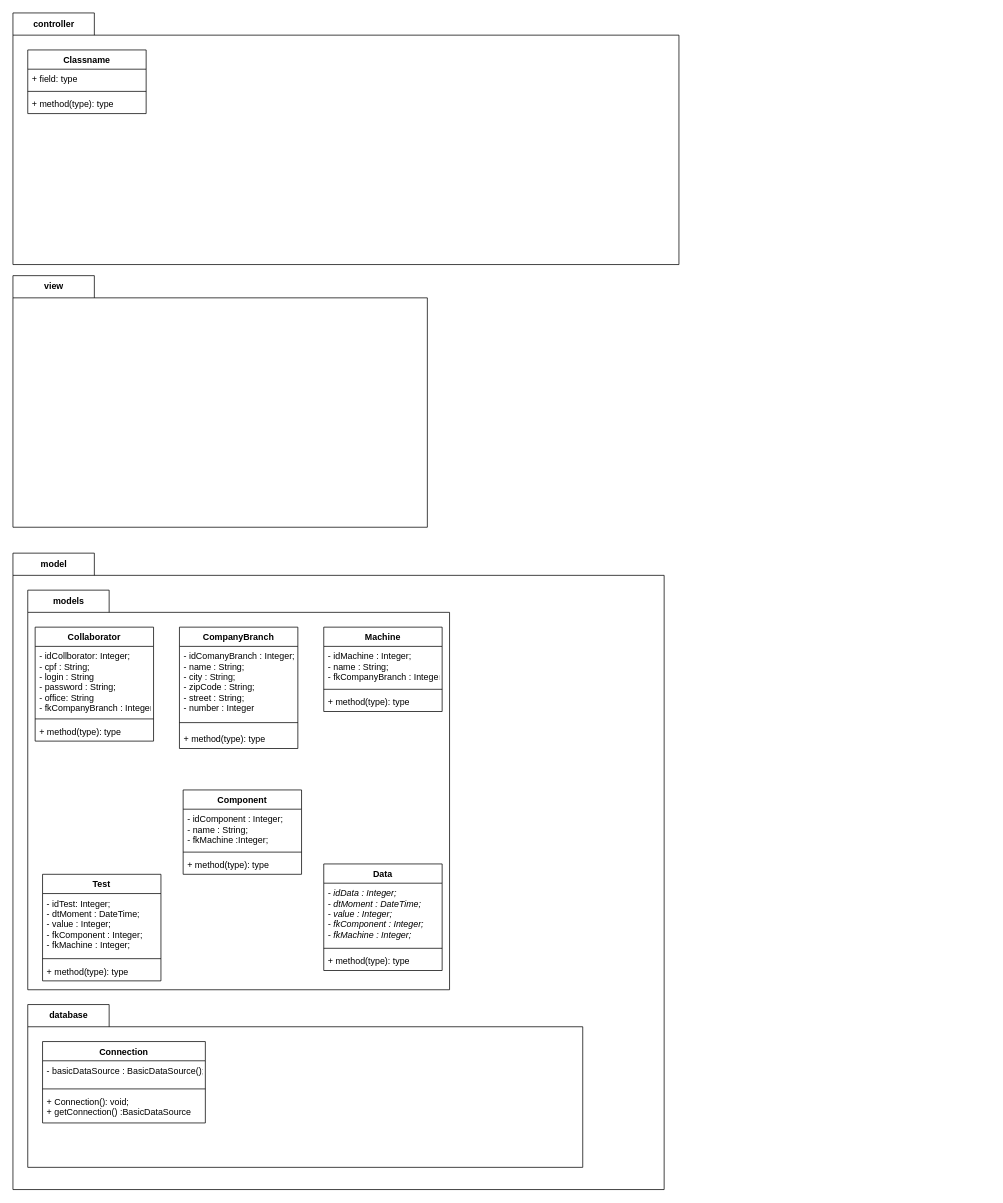
Above: documentação/Diagrama de classe/DC_fastech.drawio in BandTec/Fastech (draw.io), before the change. Source tidied: cells renumbered, new cells numbered last; positions are measured from the earlier drawing's top-left corner, leaving out a move shared by most shapes. Both pictures are drawn from the tidied source at 74%, with x=0, y=0 at pixel (13, 13).
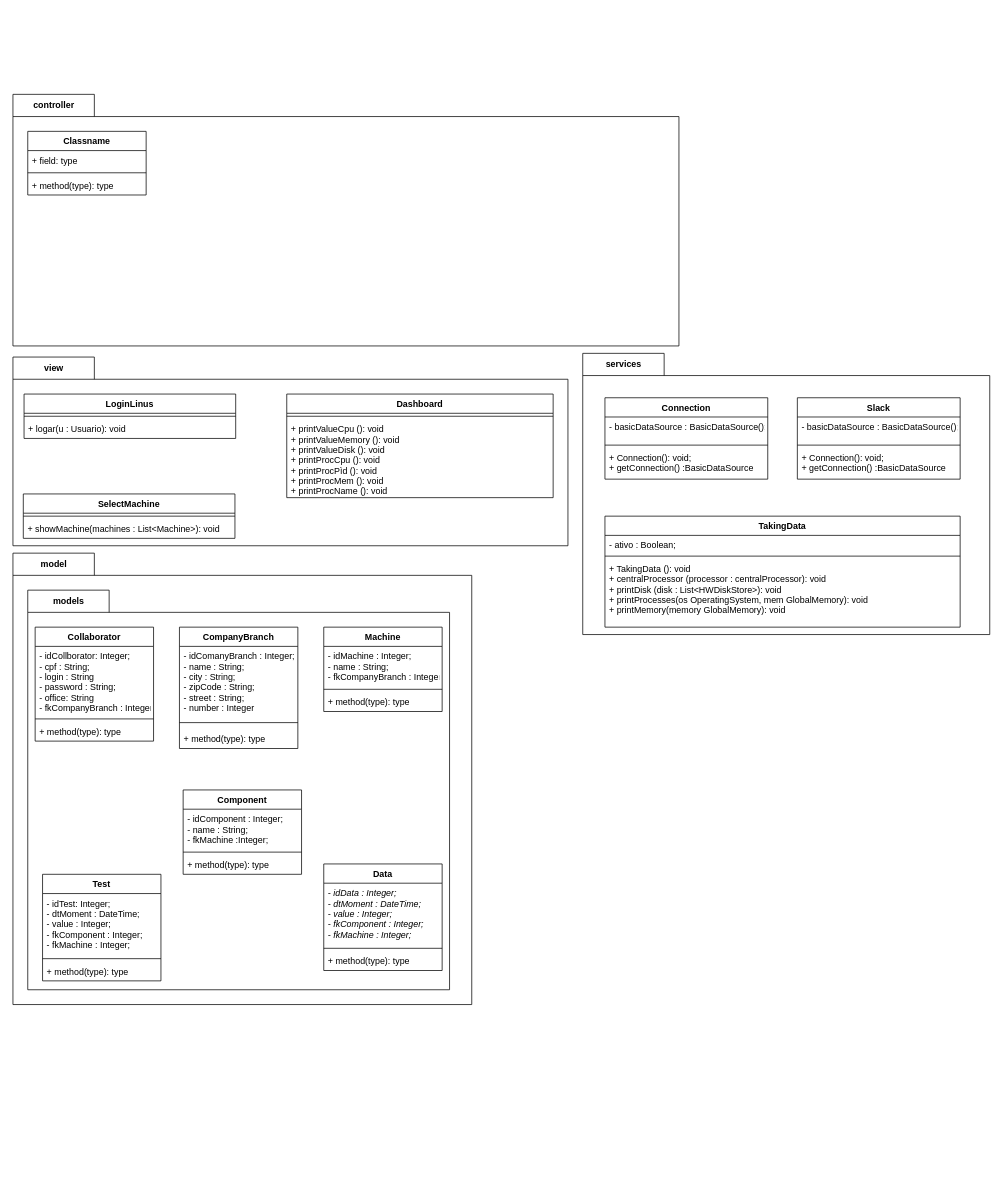
After the change.

Commit message:
Diagrama de classes

The edit, as a diff of the source:
```diff
@@
     <mxCell id="2" value="model" style="shape=folder;fontStyle=1;tabWidth=110;tabHeight=30;tabPosition=left;html=1;boundedLbl=1;labelInHeader=1;" parent="1" vertex="1">
-      <mxGeometry y="730" width="880" height="860" as="geometry" />
+      <mxGeometry y="730" width="620" height="610" as="geometry" />
     </mxCell>
@@
     <mxCell id="4" value="controller" style="shape=folder;fontStyle=1;tabWidth=110;tabHeight=30;tabPosition=left;html=1;boundedLbl=1;labelInHeader=1;" parent="1" vertex="1">
-      <mxGeometry width="900" height="340" as="geometry" />
+      <mxGeometry y="110" width="900" height="340" as="geometry" />
     </mxCell>
     <mxCell id="5" value="Classname" style="swimlane;fontStyle=1;align=center;verticalAlign=top;horizontal=1;startSize=26;" parent="1" vertex="1">
-      <mxGeometry x="20" y="50" width="160" height="86" as="geometry" />
+      <mxGeometry x="20" y="160" width="160" height="86" as="geometry" />
     </mxCell>
@@
     <mxCell id="9" value="view" style="shape=folder;fontStyle=1;tabWidth=110;tabHeight=30;tabPosition=left;html=1;boundedLbl=1;labelInHeader=1;" parent="1" vertex="1">
-      <mxGeometry y="355" width="560" height="340" as="geometry" />
+      <mxGeometry y="465" width="750" height="255" as="geometry" />
     </mxCell>
@@
-    <mxCell id="14" value="database" style="shape=folder;fontStyle=1;tabWidth=110;tabHeight=30;tabPosition=left;html=1;boundedLbl=1;labelInHeader=1;" parent="1" vertex="1">
-      <mxGeometry x="20" y="1340" width="750" height="220" as="geometry" />
+    <mxCell id="14" value="services" style="shape=folder;fontStyle=1;tabWidth=110;tabHeight=30;tabPosition=left;html=1;boundedLbl=1;labelInHeader=1;" parent="1" vertex="1">
+      <mxGeometry x="770" y="460" width="550" height="380" as="geometry" />
     </mxCell>
     <mxCell id="15" value="Connection" style="swimlane;fontStyle=1;align=center;verticalAlign=top;horizontal=1;startSize=26;" parent="1" vertex="1">
-      <mxGeometry x="40" y="1390" width="220" height="110" as="geometry" />
+      <mxGeometry x="800" y="520" width="220" height="110" as="geometry" />
     </mxCell>
@@
+    <mxCell id="39" value="Slack" style="swimlane;fontStyle=1;align=center;verticalAlign=top;horizontal=1;startSize=26;" parent="1" vertex="1">
+      <mxGeometry x="1060" y="520" width="220" height="110" as="geometry" />
+    </mxCell>
+    <mxCell id="40" value="- basicDataSource : BasicDataSource();" style="text;strokeColor=none;fillColor=none;align=left;verticalAlign=top;spacingLeft=4;spacingRight=4;overflow=hidden;" parent="39" vertex="1">
+      <mxGeometry y="26" width="220" height="34" as="geometry" />
+    </mxCell>
+    <mxCell id="41" style="line;strokeWidth=1;fillColor=none;align=left;verticalAlign=middle;spacingTop=-1;spacingLeft=3;spacingRight=3;labelPosition=right;" parent="39" vertex="1">
+      <mxGeometry y="60" width="220" height="8" as="geometry" />
+    </mxCell>
+    <mxCell id="42" value="+ Connection(): void;&#10;+ getConnection() :BasicDataSource" style="text;strokeColor=none;fillColor=none;align=left;verticalAlign=top;spacingLeft=4;spacingRight=4;overflow=hidden;" parent="39" vertex="1">
+      <mxGeometry y="68" width="220" height="42" as="geometry" />
+    </mxCell>
+    <mxCell id="43" value="LoginLinus" style="swimlane;fontStyle=1;align=center;verticalAlign=top;horizontal=1;startSize=26;" parent="1" vertex="1">
+      <mxGeometry x="15" y="515" width="286" height="60" as="geometry" />
+    </mxCell>
+    <mxCell id="44" style="line;strokeWidth=1;fillColor=none;align=left;verticalAlign=middle;spacingTop=-1;spacingLeft=3;spacingRight=3;labelPosition=right;" parent="43" vertex="1">
+      <mxGeometry y="26" width="286" height="8" as="geometry" />
+    </mxCell>
+    <mxCell id="45" value="+ logar(u : Usuario): void" style="text;strokeColor=none;fillColor=none;align=left;verticalAlign=top;spacingLeft=4;spacingRight=4;overflow=hidden;" parent="43" vertex="1">
+      <mxGeometry y="34" width="286" height="26" as="geometry" />
+    </mxCell>
+    <mxCell id="46" value="SelectMachine" style="swimlane;fontStyle=1;align=center;verticalAlign=top;horizontal=1;startSize=26;" parent="1" vertex="1">
+      <mxGeometry x="14" y="650" width="286" height="60" as="geometry" />
+    </mxCell>
+    <mxCell id="47" style="line;strokeWidth=1;fillColor=none;align=left;verticalAlign=middle;spacingTop=-1;spacingLeft=3;spacingRight=3;labelPosition=right;" parent="46" vertex="1">
+      <mxGeometry y="26" width="286" height="8" as="geometry" />
+    </mxCell>
+    <mxCell id="48" value="+ showMachine(machines : List&lt;Machine&gt;): void" style="text;strokeColor=none;fillColor=none;align=left;verticalAlign=top;spacingLeft=4;spacingRight=4;overflow=hidden;" parent="46" vertex="1">
+      <mxGeometry y="34" width="286" height="26" as="geometry" />
+    </mxCell>
+    <mxCell id="49" value="Dashboard" style="swimlane;fontStyle=1;align=center;verticalAlign=top;horizontal=1;startSize=26;" parent="1" vertex="1">
+      <mxGeometry x="370" y="515" width="360" height="140" as="geometry" />
+    </mxCell>
+    <mxCell id="50" style="line;strokeWidth=1;fillColor=none;align=left;verticalAlign=middle;spacingTop=-1;spacingLeft=3;spacingRight=3;labelPosition=right;" parent="49" vertex="1">
+      <mxGeometry y="26" width="360" height="8" as="geometry" />
+    </mxCell>
+    <mxCell id="51" value="+ printValueCpu (): void&#10;+ printValueMemory (): void&#10;+ printValueDisk (): void&#10;+ printProcCpu (): void&#10;+ printProcPìd (): void&#10;+ printProcMem (): void&#10;+ printProcName (): void" style="text;strokeColor=none;fillColor=none;align=left;verticalAlign=top;spacingLeft=4;spacingRight=4;overflow=hidden;" parent="49" vertex="1">
+      <mxGeometry y="34" width="360" height="106" as="geometry" />
+    </mxCell>
+    <mxCell id="52" value="TakingData" style="swimlane;fontStyle=1;align=center;verticalAlign=top;horizontal=1;startSize=26;" parent="1" vertex="1">
+      <mxGeometry x="800" y="680" width="480" height="150" as="geometry" />
+    </mxCell>
+    <mxCell id="53" value="- ativo : Boolean;" style="text;strokeColor=none;fillColor=none;align=left;verticalAlign=top;spacingLeft=4;spacingRight=4;overflow=hidden;" parent="52" vertex="1">
+      <mxGeometry y="26" width="480" height="24" as="geometry" />
+    </mxCell>
+    <mxCell id="54" style="line;strokeWidth=1;fillColor=none;align=left;verticalAlign=middle;spacingTop=-1;spacingLeft=3;spacingRight=3;labelPosition=right;" parent="52" vertex="1">
+      <mxGeometry y="50" width="480" height="8" as="geometry" />
+    </mxCell>
+    <mxCell id="55" value="+ TakingData (): void&#10;+ centralProcessor (processor : centralProcessor): void&#10;+ printDisk (disk : List&lt;HWDiskStore&gt;): void&#10;+ printProcesses(os OperatingSystem, mem GlobalMemory): void&#10;+ printMemory(memory GlobalMemory): void" style="text;strokeColor=none;fillColor=none;align=left;verticalAlign=top;spacingLeft=4;spacingRight=4;overflow=hidden;" parent="52" vertex="1">
+      <mxGeometry y="58" width="480" height="92" as="geometry" />
+    </mxCell>
```
